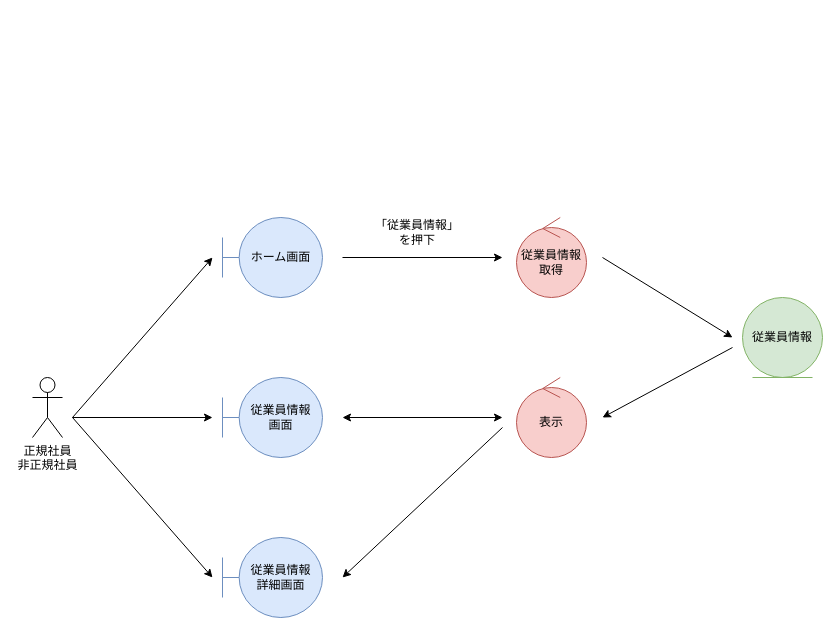
Above: page "従業員情報参照" (4 of 9) of 各種設計書/3ロバストネス図/人事管理/従業員情報管理.drawio in HaruShim/Sotuken (draw.io), before the change. Source tidied: cells renumbered, new cells numbered last; positions are measured from the earlier drawing's top-left corner, leaving out a move shared by most shapes. Both pictures are drawn from the tidied source at 100%, with x=0, y=0 at pixel (32, 217).
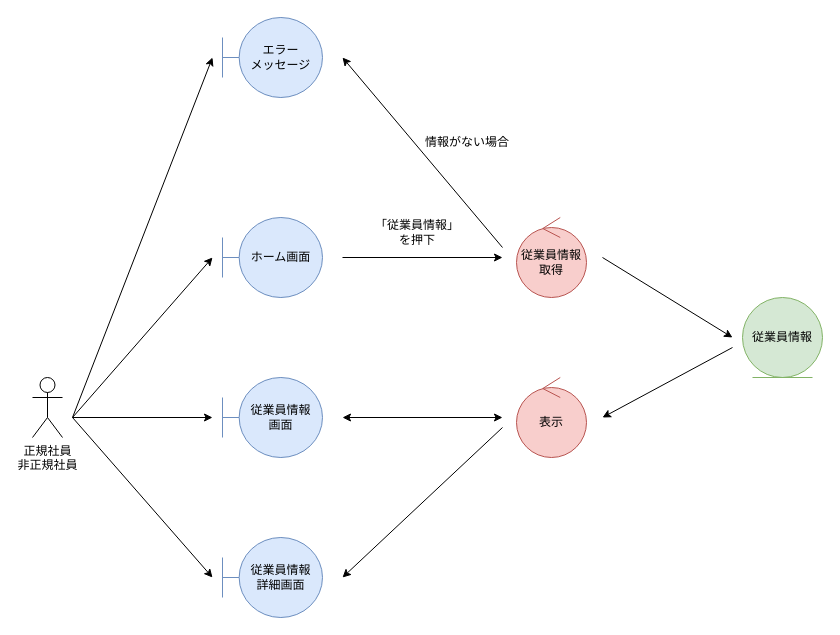
The same diagram, later.

Change to the diagram source:
```diff
@@
+    <mxCell id="18" value="エラー&lt;br&gt;メッセージ" style="shape=umlBoundary;whiteSpace=wrap;html=1;fillColor=#dae8fc;strokeColor=#6c8ebf;" parent="1" vertex="1">
+      <mxGeometry x="190" y="-200" width="100" height="80" as="geometry" />
+    </mxCell>
+    <mxCell id="19" style="endArrow=classic;html=1;rounded=0;" parent="1" edge="1">
+      <mxGeometry relative="1" as="geometry">
+        <mxPoint x="40" y="200" as="sourcePoint" />
+        <mxPoint x="180" y="-160" as="targetPoint" />
+      </mxGeometry>
+    </mxCell>
+    <mxCell id="20" style="endArrow=classic;html=1;rounded=0;" parent="1" edge="1">
+      <mxGeometry relative="1" as="geometry">
+        <mxPoint x="470" y="30" as="sourcePoint" />
+        <mxPoint x="310" y="-160" as="targetPoint" />
+      </mxGeometry>
+    </mxCell>
+    <mxCell id="21" value="情報がない場合" style="text;html=1;strokeColor=none;fillColor=none;align=center;verticalAlign=middle;whiteSpace=wrap;rounded=0;" parent="1" vertex="1">
+      <mxGeometry x="390" y="-90" width="90" height="30" as="geometry" />
+    </mxCell>
```
